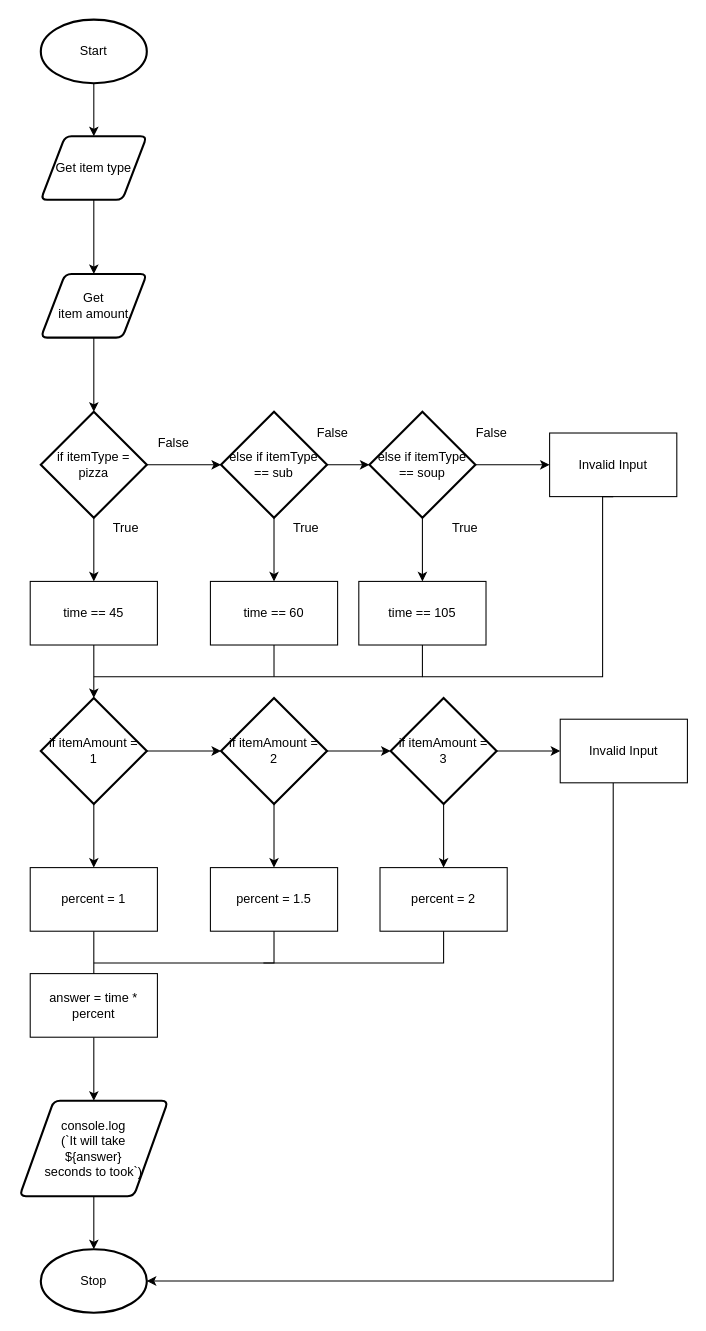
Above: flowchart_folder/flowchart.drawio in Huzaifa-Khalid-2/ics4u-unit1-03-typescript (draw.io), before the change. Source tidied: cells renumbered, new cells numbered last; positions are measured from the earlier drawing's top-left corner, leaving out a move shared by most shapes. Both pictures are drawn from the tidied source at 106%, with x=0, y=0 at pixel (19, 19).
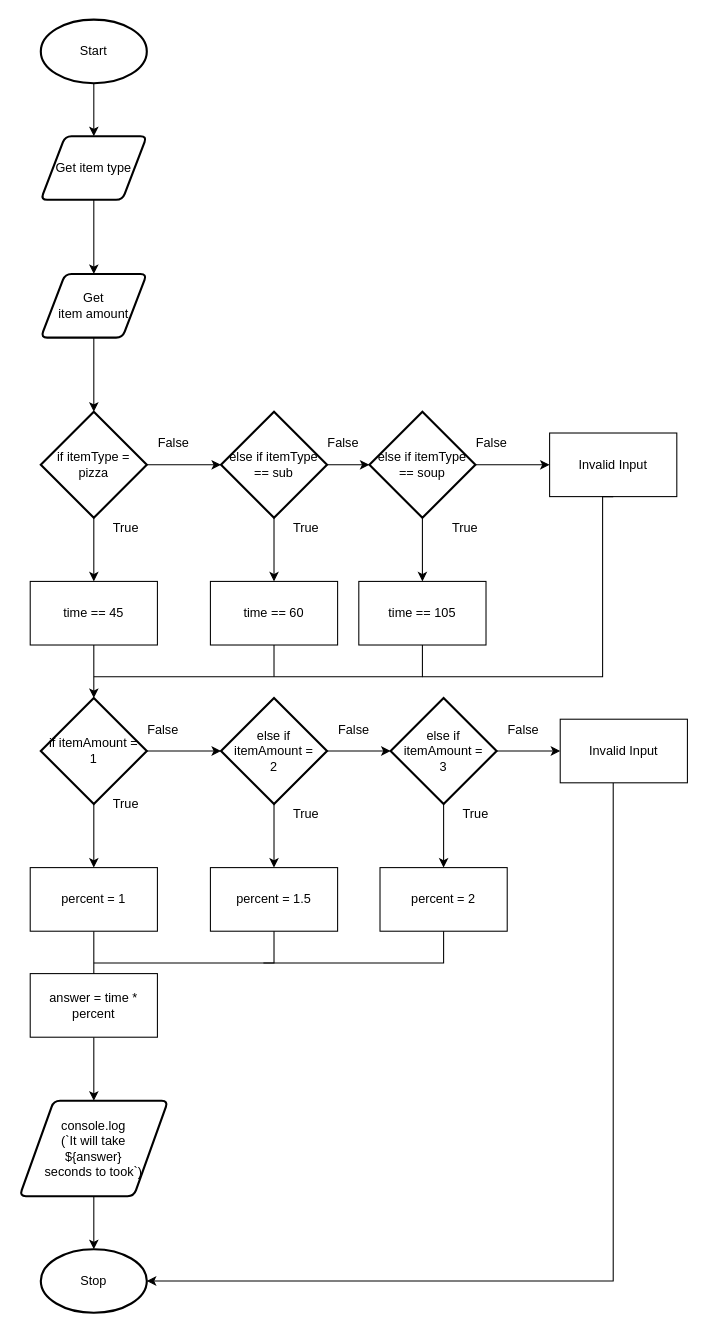
After the change.

Change to the diagram source:
```diff
@@
-    <mxCell id="29" value="if itemAmount =&lt;br&gt;2" style="strokeWidth=2;html=1;shape=mxgraph.flowchart.decision;whiteSpace=wrap;" parent="1" vertex="1">
+    <mxCell id="29" value="else if itemAmount =&lt;br&gt;2" style="strokeWidth=2;html=1;shape=mxgraph.flowchart.decision;whiteSpace=wrap;" parent="1" vertex="1">
       <mxGeometry x="190" y="640" width="100" height="100" as="geometry" />
     </mxCell>
@@
     <mxCell id="33" value="False" style="text;html=1;align=center;verticalAlign=middle;strokeColor=none;fillColor=none;" parent="1" vertex="1">
-      <mxGeometry x="420" y="380" width="50" height="20" as="geometry" />
+      <mxGeometry x="420" y="390" width="50" height="20" as="geometry" />
     </mxCell>
     <mxCell id="34" value="False" style="text;html=1;align=center;verticalAlign=middle;strokeColor=none;fillColor=none;" parent="1" vertex="1">
-      <mxGeometry x="270" y="380" width="50" height="20" as="geometry" />
+      <mxGeometry x="280" y="390" width="50" height="20" as="geometry" />
     </mxCell>
@@
-    <mxCell id="40" value="if itemAmount =&lt;br&gt;3" style="strokeWidth=2;html=1;shape=mxgraph.flowchart.decision;whiteSpace=wrap;" parent="1" vertex="1">
+    <mxCell id="40" value="else if itemAmount =&lt;br&gt;3" style="strokeWidth=2;html=1;shape=mxgraph.flowchart.decision;whiteSpace=wrap;" parent="1" vertex="1">
       <mxGeometry x="350" y="640" width="100" height="100" as="geometry" />
     </mxCell>
@@
+    <mxCell id="53" value="False" style="text;html=1;align=center;verticalAlign=middle;strokeColor=none;fillColor=none;" parent="1" vertex="1">
+      <mxGeometry x="110" y="660" width="50" height="20" as="geometry" />
+    </mxCell>
+    <mxCell id="54" value="True" style="text;html=1;align=center;verticalAlign=middle;strokeColor=none;fillColor=none;" parent="1" vertex="1">
+      <mxGeometry x="80" y="730" width="40" height="20" as="geometry" />
+    </mxCell>
+    <mxCell id="55" value="True" style="text;html=1;align=center;verticalAlign=middle;strokeColor=none;fillColor=none;" parent="1" vertex="1">
+      <mxGeometry x="250" y="740" width="40" height="20" as="geometry" />
+    </mxCell>
+    <mxCell id="56" value="True" style="text;html=1;align=center;verticalAlign=middle;strokeColor=none;fillColor=none;" parent="1" vertex="1">
+      <mxGeometry x="410" y="740" width="40" height="20" as="geometry" />
+    </mxCell>
+    <mxCell id="57" value="False" style="text;html=1;align=center;verticalAlign=middle;strokeColor=none;fillColor=none;" parent="1" vertex="1">
+      <mxGeometry x="290" y="660" width="50" height="20" as="geometry" />
+    </mxCell>
+    <mxCell id="58" value="False" style="text;html=1;align=center;verticalAlign=middle;strokeColor=none;fillColor=none;" parent="1" vertex="1">
+      <mxGeometry x="450" y="660" width="50" height="20" as="geometry" />
+    </mxCell>
```
